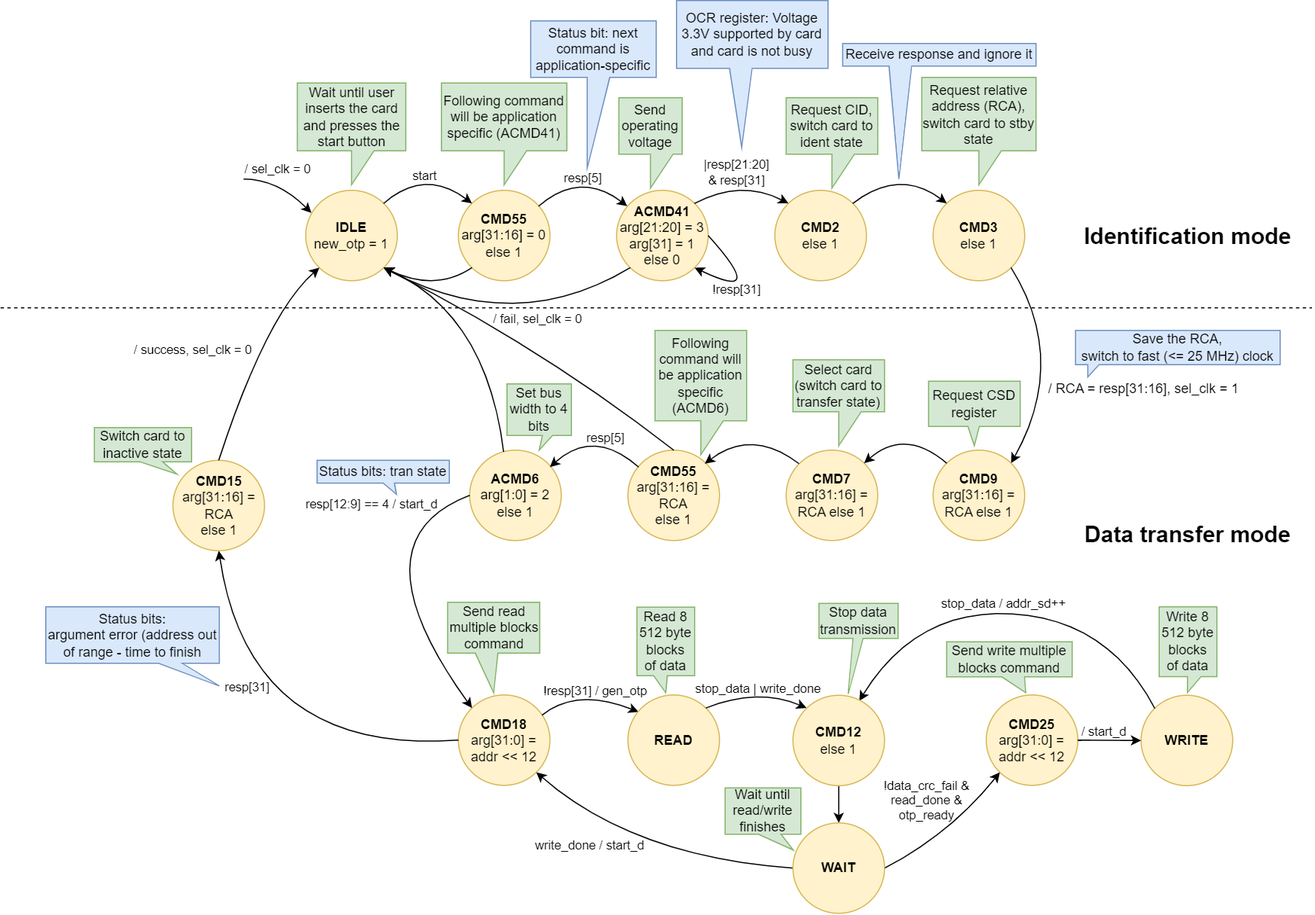
Above: docs/SD/SD_fpga_states.png in sirazenkov/GhostSD (draw.io), before the change. Source tidied: cells renumbered, new cells last; positions are measured from the earlier drawing's top-left corner, leaving out a move shared by most shapes.
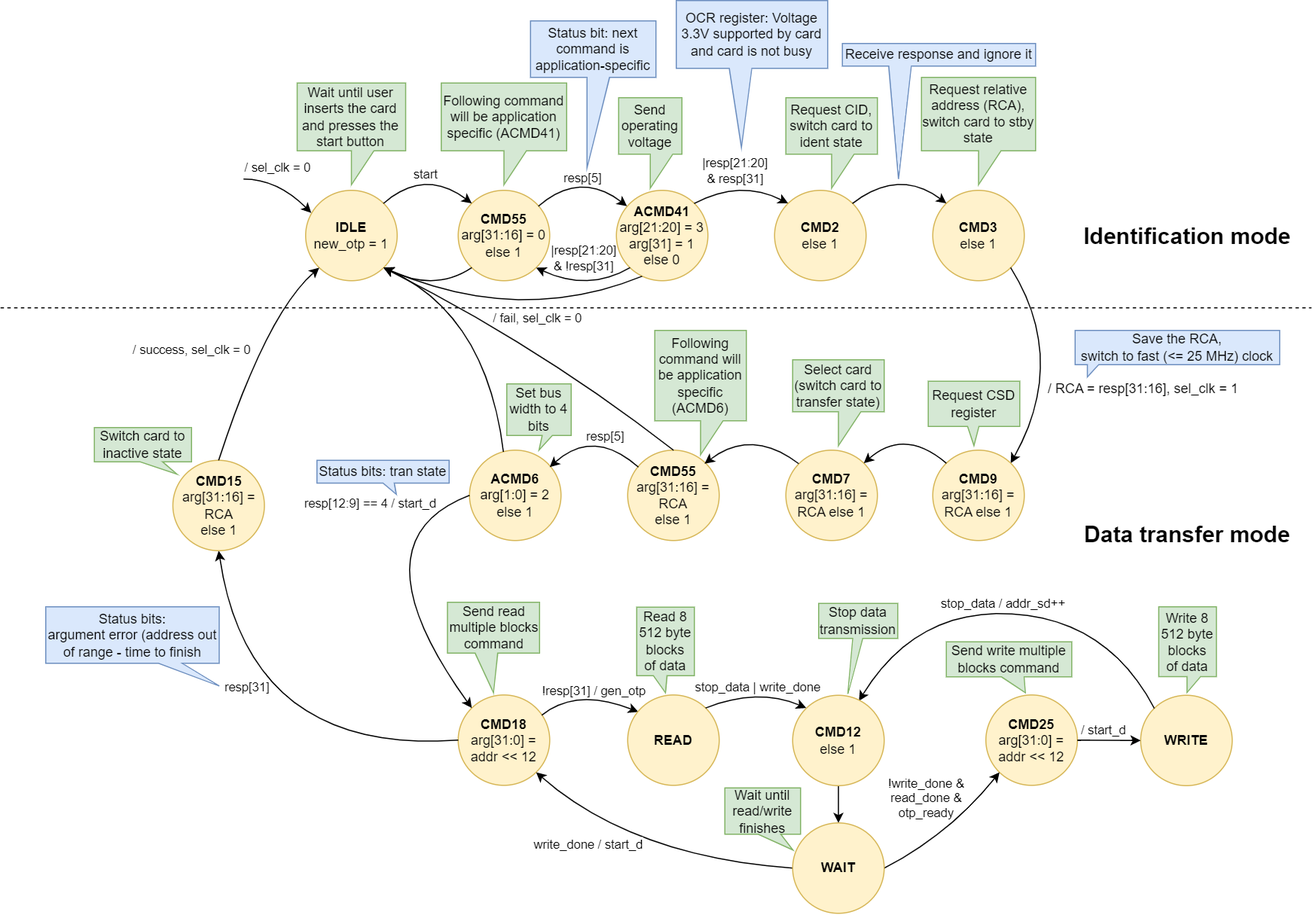
After the change.

Commit message:
Corrected ACMD41 repeated command on the FSM diagram

Diff of the diagram source:
```diff
@@ -66,10 +66,10 @@
     <mxCell id="13" value="&lt;b&gt;CMD2&lt;/b&gt;&lt;br&gt;else 1" style="ellipse;whiteSpace=wrap;html=1;fillColor=#fff2cc;strokeColor=#d6b656;" parent="1" vertex="1">
       <mxGeometry x="685" y="168" width="81" height="80" as="geometry" />
     </mxCell>
-    <mxCell id="14" style="curved=1;endArrow=classic;html=1;rounded=0;exitX=0;exitY=1;exitDx=0;exitDy=0;entryX=1;entryY=1;entryDx=0;entryDy=0;" parent="1" edge="1" source="8" target="2">
+    <mxCell id="14" style="curved=1;endArrow=classic;html=1;rounded=0;exitX=0.28;exitY=0.951;exitDx=0;exitDy=0;entryX=1;entryY=1;entryDx=0;entryDy=0;exitPerimeter=0;" parent="1" edge="1" source="8" target="2">
       <mxGeometry relative="1" as="geometry">
         <Array as="points">
-          <mxPoint x="455" y="298" />
+          <mxPoint x="460" y="288" />
         </Array>
       </mxGeometry>
     </mxCell>
@@ -314,16 +314,16 @@
         <mxPoint x="-9" y="-19" as="offset" />
       </mxGeometry>
     </mxCell>
-    <mxCell id="69" style="curved=1;endArrow=classic;html=1;rounded=0;entryX=1;entryY=1;entryDx=0;entryDy=0;exitX=1;exitY=0.5;exitDx=0;exitDy=0;" parent="1" edge="1" source="8" target="8">
+    <mxCell id="69" style="curved=1;endArrow=classic;html=1;rounded=0;entryX=1;entryY=1;entryDx=0;entryDy=0;exitX=0;exitY=1;exitDx=0;exitDy=0;" parent="1" edge="1" source="8" target="3">
       <mxGeometry relative="1" as="geometry">
         <Array as="points">
-          <mxPoint x="680" y="268" />
+          <mxPoint x="520" y="258" />
         </Array>
       </mxGeometry>
     </mxCell>
-    <mxCell id="70" value="!resp[31]" style="edgeLabel;html=1;align=center;verticalAlign=middle;" parent="69" vertex="1">
+    <mxCell id="70" value="|resp[21:20] &lt;br&gt;&amp;amp; !resp[31]" style="edgeLabel;html=1;align=center;verticalAlign=middle;" parent="69" vertex="1">
       <mxGeometry x="0.34" y="-23" relative="1" as="geometry">
-        <mxPoint x="-20" y="18" as="offset" />
+        <mxPoint x="4" y="-1" as="offset" />
       </mxGeometry>
     </mxCell>
     <mxCell id="71" value="&lt;b&gt;CMD9&lt;/b&gt;&lt;br&gt;arg[31:16] = RCA else 1" style="ellipse;whiteSpace=wrap;html=1;fillColor=#fff2cc;strokeColor=#d6b656;" parent="1" vertex="1">
@@ -346,9 +346,9 @@
         </Array>
       </mxGeometry>
     </mxCell>
-    <mxCell id="75" value="!data_crc_fail &amp;amp;&lt;br style=&quot;border-color: var(--border-color);&quot;&gt;read_done &amp;amp; &lt;br&gt;otp_ready" style="edgeLabel;html=1;align=center;verticalAlign=middle;labelBackgroundColor=none;" parent="74" vertex="1">
+    <mxCell id="75" value="!write_done &amp;amp;&lt;br style=&quot;border-color: var(--border-color);&quot;&gt;read_done &amp;amp; &lt;br&gt;otp_ready" style="edgeLabel;html=1;align=center;verticalAlign=middle;labelBackgroundColor=none;" parent="74" vertex="1">
       <mxGeometry x="-0.33" y="2" relative="1" as="geometry">
-        <mxPoint x="-39" y="-13" as="offset" />
+        <mxPoint x="-39" y="-14" as="offset" />
       </mxGeometry>
     </mxCell>
     <mxCell id="76" style="curved=1;endArrow=classic;html=1;rounded=0;entryX=0.724;entryY=0.066;entryDx=0;entryDy=0;exitX=0;exitY=0;exitDx=0;exitDy=0;entryPerimeter=0;" parent="1" edge="1" source="64">
```
